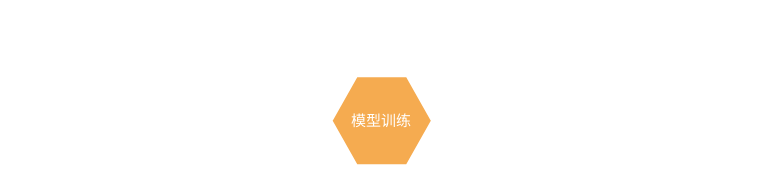
Earlier version of the draw.io diagram 答辩.drawio (foreignbill/drawio). Source tidied: cells renumbered, new cells numbered last; positions are measured from the earlier drawing's top-left corner, leaving out a move shared by most shapes. Both pictures are drawn from the tidied source at 150%, with x=0, y=0 at pixel (328, 74).
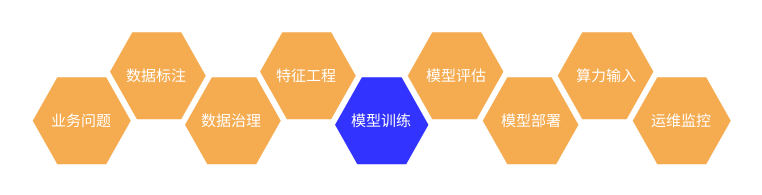
The same diagram, later.

Change to the diagram source:
```diff
@@
 <mxGraphModel>
   <root>
     <mxCell id="0" />
     <mxCell id="1" parent="0" />
-    <mxCell id="2" value="模型训练" style="shape=hexagon;strokeWidth=4;html=1;fillColor=#F5AB50;strokeColor=#ffffff;shadow=0;fontSize=10;fontColor=#FFFFFF;align=center;fontStyle=0;whiteSpace=wrap;spacing=10;rounded=0;" parent="1" vertex="1">
+    <mxCell id="2" value="模型训练" style="shape=hexagon;strokeWidth=4;html=1;fillColor=#3333FF;strokeColor=#ffffff;shadow=0;fontSize=10;fontColor=#FFFFFF;align=center;fontStyle=0;whiteSpace=wrap;spacing=10;rounded=0;fillStyle=auto;" parent="1" vertex="1">
       <mxGeometry width="70" height="62" as="geometry" />
     </mxCell>
+    <mxCell id="3" value="特征工程" style="shape=hexagon;strokeWidth=4;html=1;fillColor=#F5AB50;strokeColor=#ffffff;shadow=0;fontSize=10;fontColor=#FFFFFF;align=center;fontStyle=0;whiteSpace=wrap;spacing=10;rounded=0;" parent="1" vertex="1">
+      <mxGeometry x="-50" y="-30" width="70" height="62" as="geometry" />
+    </mxCell>
+    <mxCell id="4" value="模型评估" style="shape=hexagon;strokeWidth=4;html=1;fillColor=#F5AB50;strokeColor=#ffffff;shadow=0;fontSize=10;fontColor=#FFFFFF;align=center;fontStyle=0;whiteSpace=wrap;spacing=10;rounded=0;" parent="1" vertex="1">
+      <mxGeometry x="50" y="-30" width="70" height="62" as="geometry" />
+    </mxCell>
+    <mxCell id="5" value="模型部署" style="shape=hexagon;strokeWidth=4;html=1;fillColor=#F5AB50;strokeColor=#ffffff;shadow=0;fontSize=10;fontColor=#FFFFFF;align=center;fontStyle=0;whiteSpace=wrap;spacing=10;rounded=0;" parent="1" vertex="1">
+      <mxGeometry x="100" width="70" height="62" as="geometry" />
+    </mxCell>
+    <mxCell id="6" value="算力输入" style="shape=hexagon;strokeWidth=4;html=1;fillColor=#F5AB50;strokeColor=#ffffff;shadow=0;fontSize=10;fontColor=#FFFFFF;align=center;fontStyle=0;whiteSpace=wrap;spacing=10;rounded=0;" parent="1" vertex="1">
+      <mxGeometry x="150" y="-30" width="70" height="62" as="geometry" />
+    </mxCell>
+    <mxCell id="7" value="运维监控" style="shape=hexagon;strokeWidth=4;html=1;fillColor=#F5AB50;strokeColor=#ffffff;shadow=0;fontSize=10;fontColor=#FFFFFF;align=center;fontStyle=0;whiteSpace=wrap;spacing=10;rounded=0;" parent="1" vertex="1">
+      <mxGeometry x="200" width="70" height="62" as="geometry" />
+    </mxCell>
+    <mxCell id="8" value="数据治理" style="shape=hexagon;strokeWidth=4;html=1;fillColor=#F5AB50;strokeColor=#ffffff;shadow=0;fontSize=10;fontColor=#FFFFFF;align=center;fontStyle=0;whiteSpace=wrap;spacing=10;rounded=0;" parent="1" vertex="1">
+      <mxGeometry x="-100" width="70" height="62" as="geometry" />
+    </mxCell>
+    <mxCell id="9" value="数据标注" style="shape=hexagon;strokeWidth=4;html=1;fillColor=#F5AB50;strokeColor=#ffffff;shadow=0;fontSize=10;fontColor=#FFFFFF;align=center;fontStyle=0;whiteSpace=wrap;spacing=10;rounded=0;" parent="1" vertex="1">
+      <mxGeometry x="-150" y="-30" width="70" height="62" as="geometry" />
+    </mxCell>
+    <mxCell id="10" value="业务问题" style="shape=hexagon;strokeWidth=4;html=1;fillColor=#F5AB50;strokeColor=#ffffff;shadow=0;fontSize=10;fontColor=#FFFFFF;align=center;fontStyle=0;whiteSpace=wrap;spacing=10;rounded=0;" parent="1" vertex="1">
+      <mxGeometry x="-200" width="70" height="62" as="geometry" />
+    </mxCell>
   </root>
 </mxGraphModel>
```
